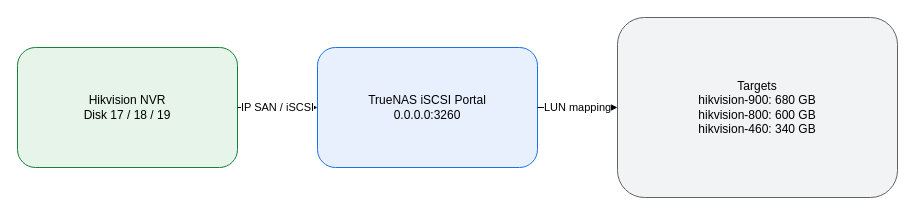
The draw.io diagram diagrams/iscsi-data-flow.drawio in DerbSwag/cctv-storage-expansion-truenas-iscsi, before the edit. Source tidied: cells renumbered, new cells numbered last; positions are measured from the earlier drawing's top-left corner, leaving out a move shared by most shapes. Both pictures are drawn from the tidied source at 100%, with x=0, y=0 at pixel (17, 17).
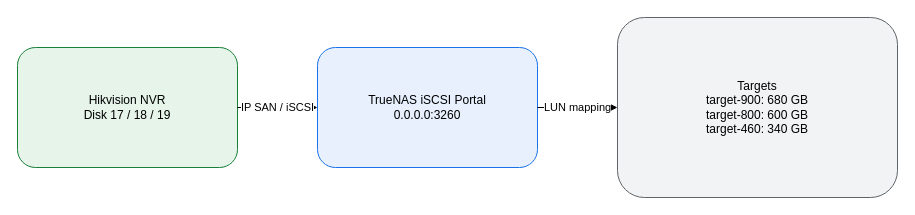
The same page after the edit.

Change to the diagram source:
```diff
@@
 <mxGraphModel>
   <root>
     <mxCell id="0" />
     <mxCell id="1" parent="0" />
     <mxCell id="2" value="Hikvision NVR&#10;Disk 17 / 18 / 19" style="rounded=1;whiteSpace=wrap;html=1;fillColor=#e6f4ea;strokeColor=#188038;" parent="1" vertex="1">
       <mxGeometry y="30" width="220" height="120" as="geometry" />
     </mxCell>
     <mxCell id="3" value="TrueNAS iSCSI Portal&#10;0.0.0.0:3260" style="rounded=1;whiteSpace=wrap;html=1;fillColor=#e8f0fe;strokeColor=#1a73e8;" parent="1" vertex="1">
       <mxGeometry x="300" y="30" width="220" height="120" as="geometry" />
     </mxCell>
-    <mxCell id="4" value="Targets&#10;hikvision-900: 680 GB&#10;hikvision-800: 600 GB&#10;hikvision-460: 340 GB" style="rounded=1;whiteSpace=wrap;html=1;fillColor=#f1f3f4;strokeColor=#5f6368;" parent="1" vertex="1">
+    <mxCell id="4" value="Targets&#10;target-900: 680 GB&#10;target-800: 600 GB&#10;target-460: 340 GB" style="rounded=1;whiteSpace=wrap;html=1;fillColor=#f1f3f4;strokeColor=#5f6368;" parent="1" vertex="1">
       <mxGeometry x="600" width="280" height="180" as="geometry" />
     </mxCell>
     <mxCell id="5" value="IP SAN / iSCSI" style="endArrow=classic;html=1;rounded=0;" parent="1" edge="1" source="2" target="3">
       <mxGeometry relative="1" as="geometry" />
     </mxCell>
     <mxCell id="6" value="LUN mapping" style="endArrow=classic;html=1;rounded=0;" parent="1" edge="1" source="3" target="4">
       <mxGeometry relative="1" as="geometry" />
     </mxCell>
   </root>
 </mxGraphModel>
```
